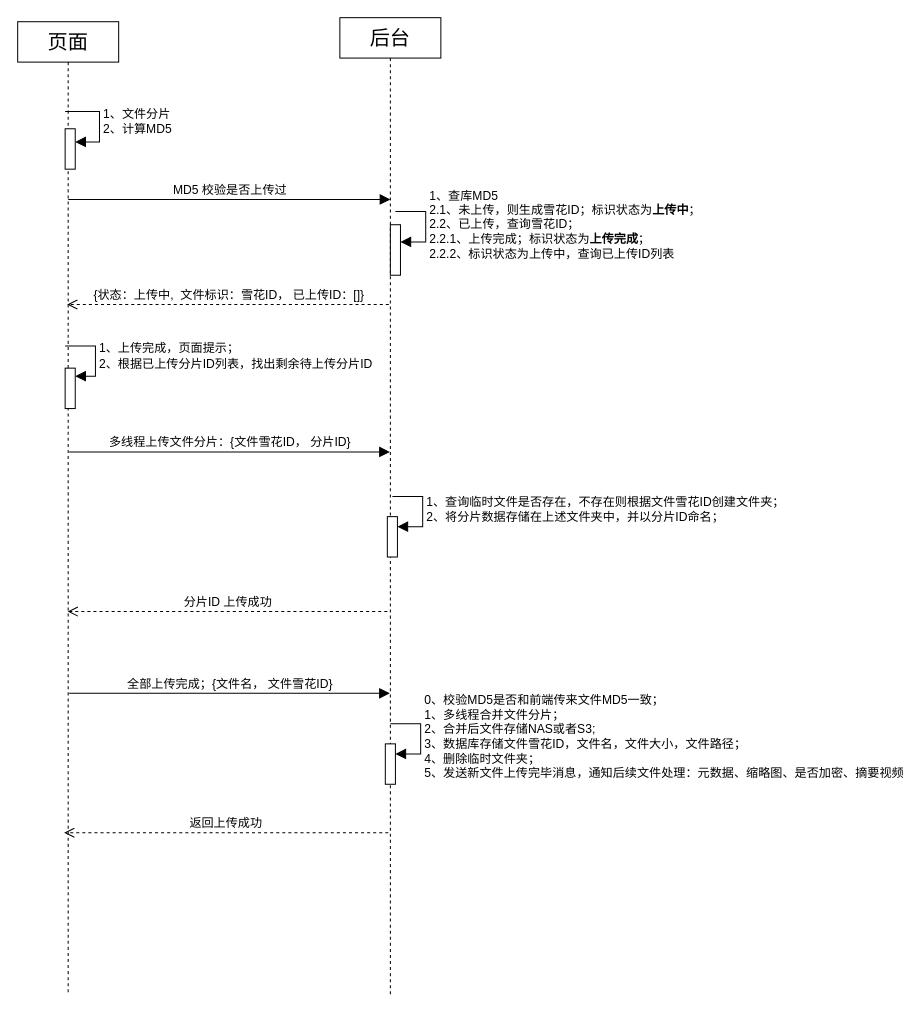
Utihbi/pics keeps this draw.io diagram as 未命名绘图.drawio. Above is the earlier version. Source tidied: cells renumbered, new cells numbered last; positions are measured from the earlier drawing's top-left corner, leaving out a move shared by most shapes. Both pictures are drawn from the tidied source at 101%, with x=0, y=0 at pixel (17, 17).
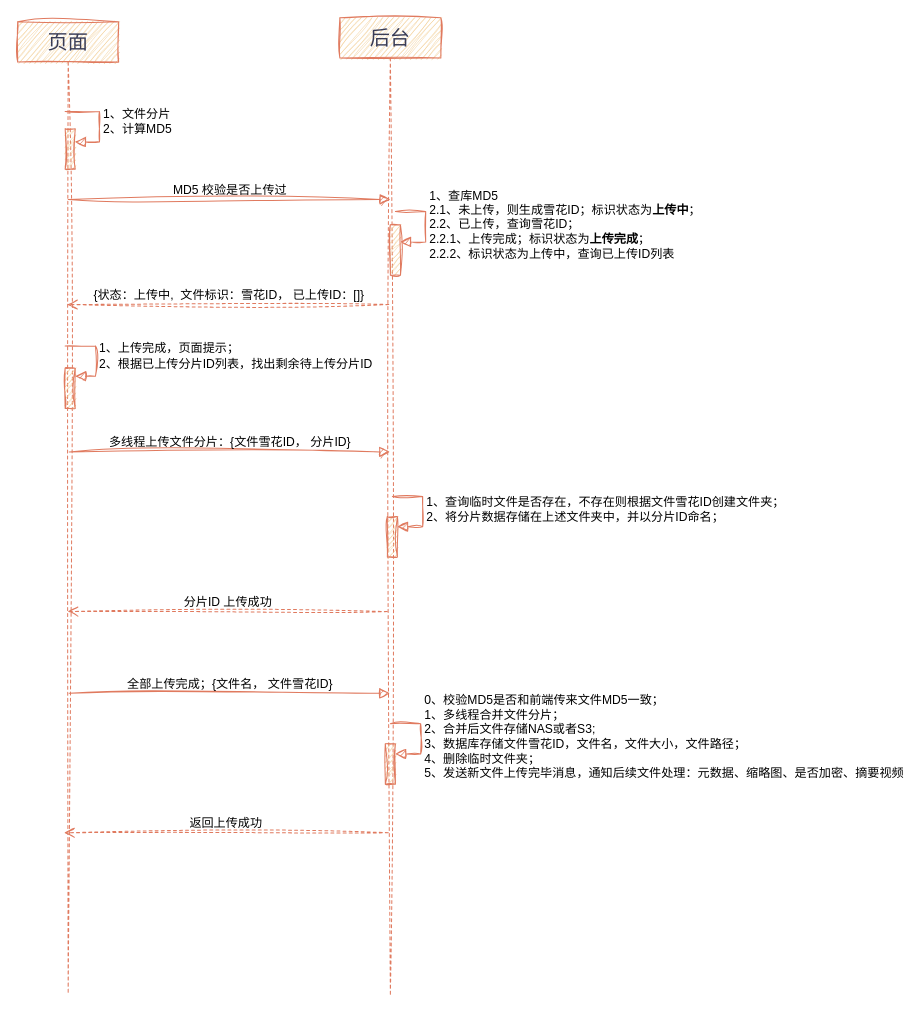
The same page after the edit.

What changed in the source:
```diff
@@
-    <mxCell id="2" value="页面" style="shape=umlLifeline;perimeter=lifelinePerimeter;whiteSpace=wrap;html=1;outlineConnect=0;portConstraint=eastwest;newEdgeStyle={&quot;curved&quot;:0,&quot;rounded&quot;:0};fontSize=20;" parent="1" vertex="1">
+    <mxCell id="2" value="页面" style="shape=umlLifeline;perimeter=lifelinePerimeter;whiteSpace=wrap;html=1;outlineConnect=0;portConstraint=eastwest;newEdgeStyle={&quot;curved&quot;:0,&quot;rounded&quot;:0};fontSize=20;sketch=1;curveFitting=1;jiggle=2;labelBackgroundColor=none;fillColor=#F2CC8F;strokeColor=#E07A5F;fontColor=#393C56;" parent="1" vertex="1">
       <mxGeometry y="4" width="100" height="961" as="geometry" />
     </mxCell>
-    <mxCell id="3" style="html=1;points=[[0,0,0,0,5],[0,1,0,0,-5],[1,0,0,0,5],[1,1,0,0,-5]];perimeter=orthogonalPerimeter;outlineConnect=0;targetShapes=umlLifeline;portConstraint=eastwest;newEdgeStyle={&quot;curved&quot;:0,&quot;rounded&quot;:0};" parent="2" vertex="1">
+    <mxCell id="3" style="html=1;points=[[0,0,0,0,5],[0,1,0,0,-5],[1,0,0,0,5],[1,1,0,0,-5]];perimeter=orthogonalPerimeter;outlineConnect=0;targetShapes=umlLifeline;portConstraint=eastwest;newEdgeStyle={&quot;curved&quot;:0,&quot;rounded&quot;:0};sketch=1;curveFitting=1;jiggle=2;labelBackgroundColor=none;fillColor=#F2CC8F;strokeColor=#E07A5F;fontColor=#393C56;" parent="2" vertex="1">
       <mxGeometry x="47" y="106" width="10" height="40" as="geometry" />
     </mxCell>
-    <mxCell id="4" value="1、文件分片&lt;div&gt;2、计算MD5&lt;/div&gt;" style="html=1;align=left;spacingLeft=2;endArrow=block;rounded=0;edgeStyle=orthogonalEdgeStyle;curved=0;rounded=0;fontSize=12;startSize=8;endSize=8;" parent="2" edge="1" target="3">
+    <mxCell id="4" value="1、文件分片&lt;div&gt;2、计算MD5&lt;/div&gt;" style="html=1;align=left;spacingLeft=2;endArrow=block;rounded=0;edgeStyle=orthogonalEdgeStyle;curved=0;rounded=0;fontSize=12;startSize=8;endSize=8;sketch=1;curveFitting=1;jiggle=2;labelBackgroundColor=none;strokeColor=#E07A5F;fontColor=default;" parent="2" edge="1" target="3">
       <mxGeometry relative="1" as="geometry">
         <mxPoint x="47" y="89" as="sourcePoint" />
         <Array as="points">
           <mxPoint x="81" y="89" />
           <mxPoint x="81" y="119" />
         </Array>
       </mxGeometry>
     </mxCell>
-    <mxCell id="5" style="html=1;points=[[0,0,0,0,5],[0,1,0,0,-5],[1,0,0,0,5],[1,1,0,0,-5]];perimeter=orthogonalPerimeter;outlineConnect=0;targetShapes=umlLifeline;portConstraint=eastwest;newEdgeStyle={&quot;curved&quot;:0,&quot;rounded&quot;:0};" parent="2" vertex="1">
+    <mxCell id="5" style="html=1;points=[[0,0,0,0,5],[0,1,0,0,-5],[1,0,0,0,5],[1,1,0,0,-5]];perimeter=orthogonalPerimeter;outlineConnect=0;targetShapes=umlLifeline;portConstraint=eastwest;newEdgeStyle={&quot;curved&quot;:0,&quot;rounded&quot;:0};sketch=1;curveFitting=1;jiggle=2;labelBackgroundColor=none;fillColor=#F2CC8F;strokeColor=#E07A5F;fontColor=#393C56;" parent="2" vertex="1">
       <mxGeometry x="47" y="343" width="10" height="40" as="geometry" />
     </mxCell>
-    <mxCell id="6" style="edgeStyle=none;curved=0;rounded=0;jettySize=auto;html=1;fontSize=12;startSize=8;endSize=8;" parent="2" edge="1" source="5" target="2">
+    <mxCell id="6" style="edgeStyle=none;curved=0;rounded=0;jettySize=auto;html=1;fontSize=12;startSize=8;endSize=8;sketch=1;curveFitting=1;jiggle=2;labelBackgroundColor=none;strokeColor=#E07A5F;fontColor=default;" parent="2" edge="1" source="5" target="2">
       <mxGeometry relative="1" as="geometry" />
     </mxCell>
-    <mxCell id="7" value="后台" style="shape=umlLifeline;perimeter=lifelinePerimeter;whiteSpace=wrap;html=1;outlineConnect=0;portConstraint=eastwest;newEdgeStyle={&quot;curved&quot;:0,&quot;rounded&quot;:0};fontSize=20;" parent="1" vertex="1">
+    <mxCell id="7" value="后台" style="shape=umlLifeline;perimeter=lifelinePerimeter;whiteSpace=wrap;html=1;outlineConnect=0;portConstraint=eastwest;newEdgeStyle={&quot;curved&quot;:0,&quot;rounded&quot;:0};fontSize=20;sketch=1;curveFitting=1;jiggle=2;labelBackgroundColor=none;fillColor=#F2CC8F;strokeColor=#E07A5F;fontColor=#393C56;" parent="1" vertex="1">
       <mxGeometry x="319" width="100" height="967" as="geometry" />
     </mxCell>
-    <mxCell id="8" style="edgeStyle=none;curved=0;rounded=0;jettySize=auto;html=1;exitX=0;exitY=1;exitDx=0;exitDy=-5;exitPerimeter=0;fontSize=12;startSize=8;endSize=8;" parent="7" edge="1" source="9" target="7">
+    <mxCell id="8" style="edgeStyle=none;curved=0;rounded=0;jettySize=auto;html=1;exitX=0;exitY=1;exitDx=0;exitDy=-5;exitPerimeter=0;fontSize=12;startSize=8;endSize=8;sketch=1;curveFitting=1;jiggle=2;labelBackgroundColor=none;strokeColor=#E07A5F;fontColor=default;" parent="7" edge="1" source="9" target="7">
       <mxGeometry relative="1" as="geometry" />
     </mxCell>
-    <mxCell id="9" style="html=1;points=[[0,0,0,0,5],[0,1,0,0,-5],[1,0,0,0,5],[1,1,0,0,-5]];perimeter=orthogonalPerimeter;outlineConnect=0;targetShapes=umlLifeline;portConstraint=eastwest;newEdgeStyle={&quot;curved&quot;:0,&quot;rounded&quot;:0};" parent="7" vertex="1">
+    <mxCell id="9" style="html=1;points=[[0,0,0,0,5],[0,1,0,0,-5],[1,0,0,0,5],[1,1,0,0,-5]];perimeter=orthogonalPerimeter;outlineConnect=0;targetShapes=umlLifeline;portConstraint=eastwest;newEdgeStyle={&quot;curved&quot;:0,&quot;rounded&quot;:0};sketch=1;curveFitting=1;jiggle=2;labelBackgroundColor=none;fillColor=#F2CC8F;strokeColor=#E07A5F;fontColor=#393C56;" parent="7" vertex="1">
       <mxGeometry x="50" y="205" width="10" height="50" as="geometry" />
     </mxCell>
-    <mxCell id="10" value="1、查库MD5&lt;div&gt;2.1、未上传，则生成雪花ID；标识状态为&lt;b&gt;上传中&lt;/b&gt;；&lt;/div&gt;&lt;div&gt;2.2、已上传，查询雪花ID；&lt;/div&gt;&lt;div&gt;2.2.1、上传完成；标识状态为&lt;b&gt;上传完成&lt;/b&gt;；&lt;/div&gt;&lt;div&gt;2.2.2、标识状态为上传中，查询已上传ID列表&lt;/div&gt;" style="html=1;align=left;spacingLeft=2;endArrow=block;rounded=0;edgeStyle=orthogonalEdgeStyle;curved=0;rounded=0;fontSize=12;startSize=8;endSize=8;" parent="7" edge="1">
+    <mxCell id="10" value="1、查库MD5&lt;div&gt;2.1、未上传，则生成雪花ID；标识状态为&lt;b&gt;上传中&lt;/b&gt;；&lt;/div&gt;&lt;div&gt;2.2、已上传，查询雪花ID；&lt;/div&gt;&lt;div&gt;2.2.1、上传完成；标识状态为&lt;b&gt;上传完成&lt;/b&gt;；&lt;/div&gt;&lt;div&gt;2.2.2、标识状态为上传中，查询已上传ID列表&lt;/div&gt;" style="html=1;align=left;spacingLeft=2;endArrow=block;rounded=0;edgeStyle=orthogonalEdgeStyle;curved=0;rounded=0;fontSize=12;startSize=8;endSize=8;sketch=1;curveFitting=1;jiggle=2;labelBackgroundColor=none;strokeColor=#E07A5F;fontColor=default;" parent="7" edge="1">
       <mxGeometry x="0.01" relative="1" as="geometry">
         <mxPoint x="55" y="192" as="sourcePoint" />
         <mxPoint x="60" y="222" as="targetPoint" />
         <Array as="points">
           <mxPoint x="85" y="222" />
         </Array>
       </mxGeometry>
     </mxCell>
-    <mxCell id="11" style="html=1;points=[[0,0,0,0,5],[0,1,0,0,-5],[1,0,0,0,5],[1,1,0,0,-5]];perimeter=orthogonalPerimeter;outlineConnect=0;targetShapes=umlLifeline;portConstraint=eastwest;newEdgeStyle={&quot;curved&quot;:0,&quot;rounded&quot;:0};" parent="7" vertex="1">
+    <mxCell id="11" style="html=1;points=[[0,0,0,0,5],[0,1,0,0,-5],[1,0,0,0,5],[1,1,0,0,-5]];perimeter=orthogonalPerimeter;outlineConnect=0;targetShapes=umlLifeline;portConstraint=eastwest;newEdgeStyle={&quot;curved&quot;:0,&quot;rounded&quot;:0};sketch=1;curveFitting=1;jiggle=2;labelBackgroundColor=none;fillColor=#F2CC8F;strokeColor=#E07A5F;fontColor=#393C56;" parent="7" vertex="1">
       <mxGeometry x="47" y="494" width="10" height="40" as="geometry" />
     </mxCell>
-    <mxCell id="12" value="1、查询临时文件是否存在，不存在则根据文件雪花ID创建文件夹；&lt;div&gt;2、将分片数据存储在上述文件夹中，并以分片ID命名；&lt;/div&gt;" style="html=1;align=left;spacingLeft=2;endArrow=block;rounded=0;edgeStyle=orthogonalEdgeStyle;curved=0;rounded=0;fontSize=12;startSize=8;endSize=8;" parent="7" edge="1" target="11">
+    <mxCell id="12" value="1、查询临时文件是否存在，不存在则根据文件雪花ID创建文件夹；&lt;div&gt;2、将分片数据存储在上述文件夹中，并以分片ID命名；&lt;/div&gt;" style="html=1;align=left;spacingLeft=2;endArrow=block;rounded=0;edgeStyle=orthogonalEdgeStyle;curved=0;rounded=0;fontSize=12;startSize=8;endSize=8;sketch=1;curveFitting=1;jiggle=2;labelBackgroundColor=none;strokeColor=#E07A5F;fontColor=default;" parent="7" edge="1" target="11">
       <mxGeometry relative="1" as="geometry">
         <mxPoint x="52" y="474" as="sourcePoint" />
         <Array as="points">
           <mxPoint x="82" y="504" />
         </Array>
       </mxGeometry>
     </mxCell>
-    <mxCell id="13" style="html=1;points=[[0,0,0,0,5],[0,1,0,0,-5],[1,0,0,0,5],[1,1,0,0,-5]];perimeter=orthogonalPerimeter;outlineConnect=0;targetShapes=umlLifeline;portConstraint=eastwest;newEdgeStyle={&quot;curved&quot;:0,&quot;rounded&quot;:0};" parent="7" vertex="1">
+    <mxCell id="13" style="html=1;points=[[0,0,0,0,5],[0,1,0,0,-5],[1,0,0,0,5],[1,1,0,0,-5]];perimeter=orthogonalPerimeter;outlineConnect=0;targetShapes=umlLifeline;portConstraint=eastwest;newEdgeStyle={&quot;curved&quot;:0,&quot;rounded&quot;:0};sketch=1;curveFitting=1;jiggle=2;labelBackgroundColor=none;fillColor=#F2CC8F;strokeColor=#E07A5F;fontColor=#393C56;" parent="7" vertex="1">
       <mxGeometry x="45" y="719" width="10" height="40" as="geometry" />
     </mxCell>
-    <mxCell id="14" value="&lt;div&gt;0、校验MD5是否和前端传来文件MD5一致；&lt;/div&gt;1、多线程合并文件分片；&lt;div&gt;2、合并后文件存储NAS或者S3;&lt;br&gt;&lt;div&gt;3、数据库存储文件雪花ID，文件名，文件大小，文件路径；&lt;/div&gt;&lt;div&gt;4、删除临时文件夹；&lt;/div&gt;&lt;/div&gt;&lt;div&gt;5、发送新文件上传完毕消息，通知后续文件处理：元数据、缩略图、是否加密、摘要视频&lt;/div&gt;" style="html=1;align=left;spacingLeft=2;endArrow=block;rounded=0;edgeStyle=orthogonalEdgeStyle;curved=0;rounded=0;fontSize=12;startSize=8;endSize=8;" parent="7" edge="1" target="13">
+    <mxCell id="14" value="&lt;div&gt;0、校验MD5是否和前端传来文件MD5一致；&lt;/div&gt;1、多线程合并文件分片；&lt;div&gt;2、合并后文件存储NAS或者S3;&lt;br&gt;&lt;div&gt;3、数据库存储文件雪花ID，文件名，文件大小，文件路径；&lt;/div&gt;&lt;div&gt;4、删除临时文件夹；&lt;/div&gt;&lt;/div&gt;&lt;div&gt;5、发送新文件上传完毕消息，通知后续文件处理：元数据、缩略图、是否加密、摘要视频&lt;/div&gt;" style="html=1;align=left;spacingLeft=2;endArrow=block;rounded=0;edgeStyle=orthogonalEdgeStyle;curved=0;rounded=0;fontSize=12;startSize=8;endSize=8;sketch=1;curveFitting=1;jiggle=2;labelBackgroundColor=none;strokeColor=#E07A5F;fontColor=default;" parent="7" edge="1" target="13">
       <mxGeometry relative="1" as="geometry">
         <mxPoint x="50" y="699" as="sourcePoint" />
         <Array as="points">
           <mxPoint x="80" y="729" />
         </Array>
       </mxGeometry>
     </mxCell>
-    <mxCell id="15" value="MD5 校验是否上传过" style="html=1;verticalAlign=bottom;endArrow=block;curved=0;rounded=0;fontSize=12;startSize=8;endSize=8;" parent="1" edge="1">
+    <mxCell id="15" value="MD5 校验是否上传过" style="html=1;verticalAlign=bottom;endArrow=block;curved=0;rounded=0;fontSize=12;startSize=8;endSize=8;sketch=1;curveFitting=1;jiggle=2;labelBackgroundColor=none;strokeColor=#E07A5F;fontColor=default;" parent="1" edge="1">
       <mxGeometry relative="1" as="geometry">
         <mxPoint x="50" y="180" as="sourcePoint" />
         <mxPoint x="369" y="180" as="targetPoint" />
       </mxGeometry>
     </mxCell>
-    <mxCell id="16" value="{状态：上传中,&amp;nbsp; 文件标识：雪花ID， 已上传ID：[]}" style="html=1;verticalAlign=bottom;endArrow=open;dashed=1;endSize=8;curved=0;rounded=0;fontSize=12;" parent="1" edge="1">
+    <mxCell id="16" value="{状态：上传中,&amp;nbsp; 文件标识：雪花ID， 已上传ID：[]}" style="html=1;verticalAlign=bottom;endArrow=open;dashed=1;endSize=8;curved=0;rounded=0;fontSize=12;sketch=1;curveFitting=1;jiggle=2;labelBackgroundColor=none;strokeColor=#E07A5F;fontColor=default;" parent="1" edge="1">
       <mxGeometry relative="1" as="geometry">
         <mxPoint x="367.5" y="284" as="sourcePoint" />
         <mxPoint x="49" y="284" as="targetPoint" />
       </mxGeometry>
     </mxCell>
-    <mxCell id="17" value="1、上传完成，页面提示；&lt;div&gt;2、根据已上传分片ID列表，找出剩余待上传分片ID&lt;/div&gt;" style="html=1;align=left;spacingLeft=2;endArrow=block;rounded=0;edgeStyle=orthogonalEdgeStyle;curved=0;rounded=0;fontSize=12;startSize=8;endSize=8;" parent="1" edge="1" target="5">
+    <mxCell id="17" value="1、上传完成，页面提示；&lt;div&gt;2、根据已上传分片ID列表，找出剩余待上传分片ID&lt;/div&gt;" style="html=1;align=left;spacingLeft=2;endArrow=block;rounded=0;edgeStyle=orthogonalEdgeStyle;curved=0;rounded=0;fontSize=12;startSize=8;endSize=8;sketch=1;curveFitting=1;jiggle=2;labelBackgroundColor=none;strokeColor=#E07A5F;fontColor=default;" parent="1" edge="1" target="5">
       <mxGeometry relative="1" as="geometry">
         <mxPoint x="47" y="325" as="sourcePoint" />
         <Array as="points">
           <mxPoint x="77" y="355" />
         </Array>
       </mxGeometry>
     </mxCell>
-    <mxCell id="18" value="多线程上传文件分片：{文件雪花ID， 分片ID}" style="html=1;verticalAlign=bottom;endArrow=block;curved=0;rounded=0;fontSize=12;startSize=8;endSize=8;" parent="1" edge="1" target="7">
+    <mxCell id="18" value="多线程上传文件分片：{文件雪花ID， 分片ID}" style="html=1;verticalAlign=bottom;endArrow=block;curved=0;rounded=0;fontSize=12;startSize=8;endSize=8;sketch=1;curveFitting=1;jiggle=2;labelBackgroundColor=none;strokeColor=#E07A5F;fontColor=default;" parent="1" edge="1" target="7">
       <mxGeometry relative="1" as="geometry">
         <mxPoint x="51" y="430" as="sourcePoint" />
       </mxGeometry>
     </mxCell>
-    <mxCell id="19" value="分片ID 上传成功" style="html=1;verticalAlign=bottom;endArrow=open;dashed=1;endSize=8;curved=0;rounded=0;fontSize=12;" parent="1" edge="1" target="2">
+    <mxCell id="19" value="分片ID 上传成功" style="html=1;verticalAlign=bottom;endArrow=open;dashed=1;endSize=8;curved=0;rounded=0;fontSize=12;sketch=1;curveFitting=1;jiggle=2;labelBackgroundColor=none;strokeColor=#E07A5F;fontColor=default;" parent="1" edge="1" target="2">
       <mxGeometry relative="1" as="geometry">
         <mxPoint x="366" y="588" as="sourcePoint" />
       </mxGeometry>
     </mxCell>
-    <mxCell id="20" value="全部上传完成；{文件名， 文件雪花ID}" style="html=1;verticalAlign=bottom;endArrow=block;curved=0;rounded=0;fontSize=12;startSize=8;endSize=8;" parent="1" edge="1" target="7">
+    <mxCell id="20" value="全部上传完成；{文件名， 文件雪花ID}" style="html=1;verticalAlign=bottom;endArrow=block;curved=0;rounded=0;fontSize=12;startSize=8;endSize=8;sketch=1;curveFitting=1;jiggle=2;labelBackgroundColor=none;strokeColor=#E07A5F;fontColor=default;" parent="1" edge="1" target="7">
       <mxGeometry relative="1" as="geometry">
         <mxPoint x="51" y="669" as="sourcePoint" />
       </mxGeometry>
     </mxCell>
-    <mxCell id="21" value="返回上传成功" style="html=1;verticalAlign=bottom;endArrow=open;dashed=1;endSize=8;curved=0;rounded=0;fontSize=12;" parent="1" edge="1">
+    <mxCell id="21" value="返回上传成功" style="html=1;verticalAlign=bottom;endArrow=open;dashed=1;endSize=8;curved=0;rounded=0;fontSize=12;sketch=1;curveFitting=1;jiggle=2;labelBackgroundColor=none;strokeColor=#E07A5F;fontColor=default;" parent="1" edge="1">
       <mxGeometry relative="1" as="geometry">
         <mxPoint x="367" y="807" as="sourcePoint" />
         <mxPoint x="46" y="807" as="targetPoint" />
       </mxGeometry>
     </mxCell>
```
